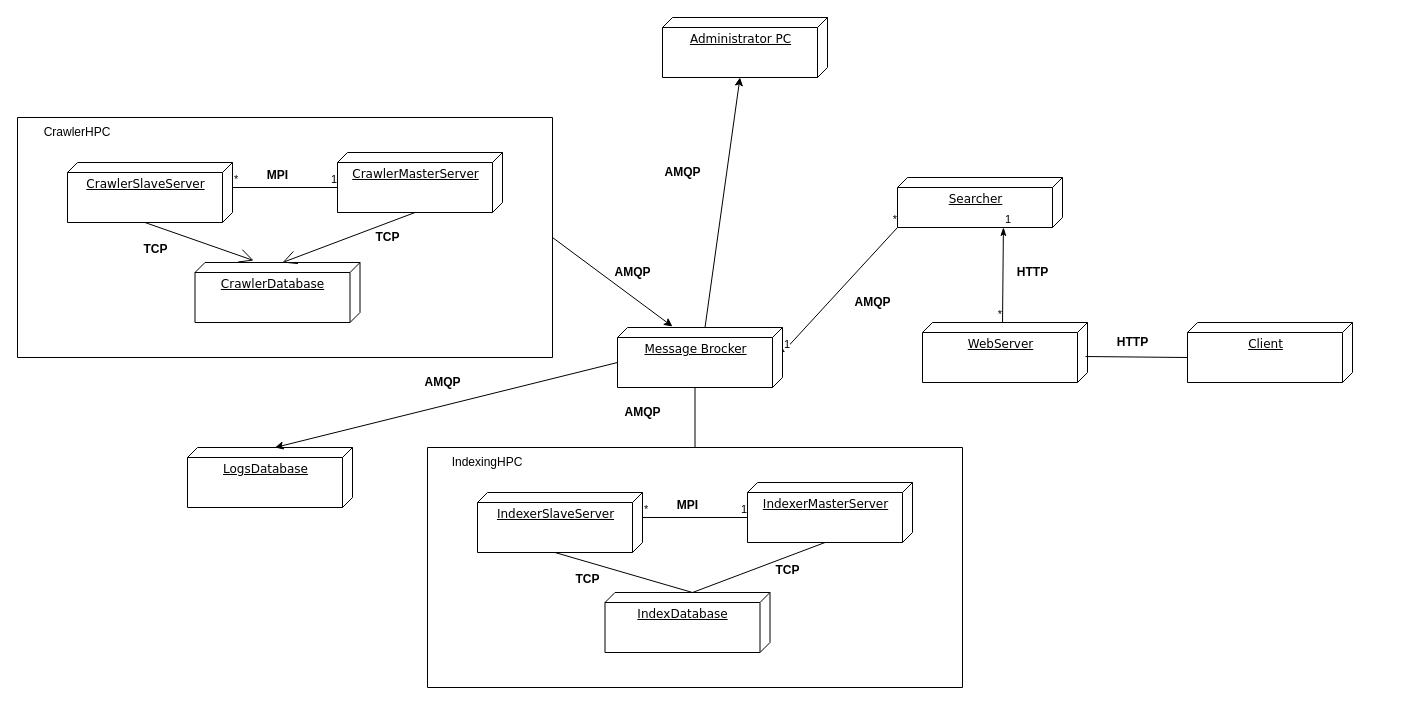
Earlier version of the draw.io diagram diagrams/diagram_deployment.drawio (Slippertino/Diploma). Source tidied: cells renumbered, new cells numbered last; positions are measured from the earlier drawing's top-left corner, leaving out a move shared by most shapes. Both pictures are drawn from the tidied source at 100%, with x=0, y=0 at pixel (17, 17).
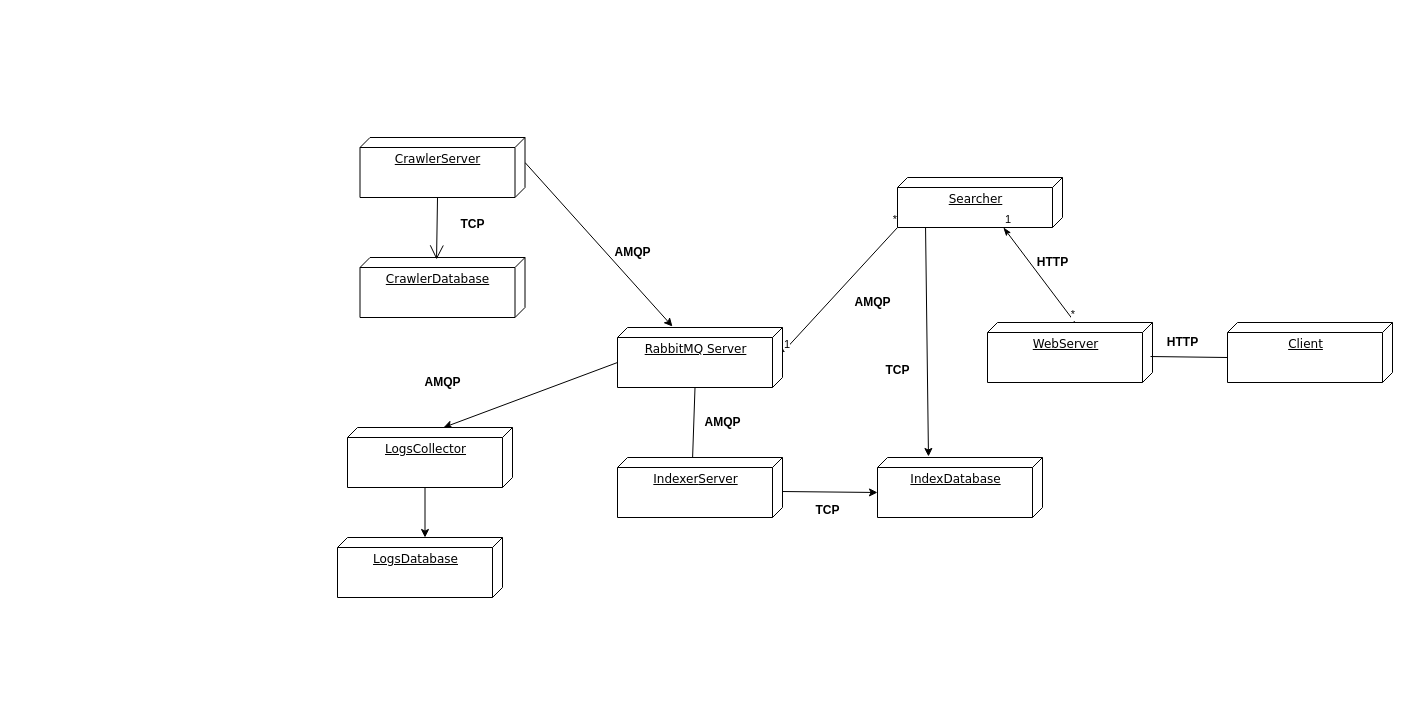
The same diagram, later.

The change refers to these unchanged cells:
```xml
<mxCell id="30" value="&lt;u&gt;Searcher&lt;/u&gt;" style="verticalAlign=top;align=center;spacingTop=8;spacingLeft=2;spacingRight=12;shape=cube;size=10;direction=south;fontStyle=0;html=1;rounded=0;shadow=0;comic=0;labelBackgroundColor=none;strokeWidth=1;fontFamily=Verdana;fontSize=12;" parent="1" vertex="1">
  <mxGeometry x="880" y="160" width="165" height="50" as="geometry" />
</mxCell>
```

Change to the diagram source:
```diff
@@
-    <mxCell id="2" style="swimlane;startSize=0;" parent="1" vertex="1">
-      <mxGeometry y="100" width="535" height="240" as="geometry" />
-    </mxCell>
-    <mxCell id="3" value="&lt;u&gt;CrawlerMasterServer&lt;/u&gt;" style="verticalAlign=top;align=center;spacingTop=8;spacingLeft=2;spacingRight=12;shape=cube;size=10;direction=south;fontStyle=0;html=1;rounded=0;shadow=0;comic=0;labelBackgroundColor=none;strokeWidth=1;fontFamily=Verdana;fontSize=12;" parent="2" vertex="1">
-      <mxGeometry x="320" y="35" width="165" height="60" as="geometry" />
-    </mxCell>
-    <mxCell id="4" value="&lt;u&gt;CrawlerSlaveServer&lt;/u&gt;" style="verticalAlign=top;align=center;spacingTop=8;spacingLeft=2;spacingRight=12;shape=cube;size=10;direction=south;fontStyle=0;html=1;rounded=0;shadow=0;comic=0;labelBackgroundColor=none;strokeWidth=1;fontFamily=Verdana;fontSize=12;" parent="2" vertex="1">
-      <mxGeometry x="50" y="45" width="165" height="60" as="geometry" />
-    </mxCell>
-    <mxCell id="5" style="endArrow=none;html=1;edgeStyle=orthogonalEdgeStyle;rounded=0;exitX=0;exitY=0;exitDx=25;exitDy=0;exitPerimeter=0;entryX=0;entryY=0;entryDx=35;entryDy=165;entryPerimeter=0;" parent="2" edge="1" source="4" target="3">
-      <mxGeometry relative="1" as="geometry" />
-    </mxCell>
-    <mxCell id="6" value="*" style="edgeLabel;html=1;align=left;verticalAlign=bottom;" parent="5" vertex="1">
-      <mxGeometry x="-1" relative="1" as="geometry" />
-    </mxCell>
-    <mxCell id="7" value="1" style="edgeLabel;html=1;align=right;verticalAlign=bottom;" parent="5" vertex="1">
-      <mxGeometry x="1" relative="1" as="geometry" />
-    </mxCell>
-    <mxCell id="8" value="MPI" style="text;align=center;fontStyle=1;verticalAlign=middle;spacingLeft=3;spacingRight=3;strokeColor=none;html=1;" parent="2" vertex="1">
-      <mxGeometry x="220" y="45" width="80" height="26" as="geometry" />
-    </mxCell>
-    <mxCell id="9" value="&lt;u&gt;CrawlerDatabase&lt;/u&gt;" style="verticalAlign=top;align=center;spacingTop=8;spacingLeft=2;spacingRight=12;shape=cube;size=10;direction=south;fontStyle=0;html=1;rounded=0;shadow=0;comic=0;labelBackgroundColor=none;strokeWidth=1;fontFamily=Verdana;fontSize=12;" parent="2" vertex="1">
-      <mxGeometry x="177.5" y="145" width="165" height="60" as="geometry" />
-    </mxCell>
-    <mxCell id="10" style="endArrow=open;endFill=1;endSize=12;html=1;rounded=0;exitX=0;exitY=0;exitDx=60;exitDy=87.5;exitPerimeter=0;entryX=0;entryY=0;entryDx=0;entryDy=77.5;entryPerimeter=0;" parent="2" edge="1" source="3" target="9">
-      <mxGeometry relative="1" as="geometry" />
-    </mxCell>
-    <mxCell id="11" value="CrawlerHPC" style="text;html=1;strokeColor=none;fillColor=none;align=center;verticalAlign=middle;whiteSpace=wrap;rounded=0;" parent="2" vertex="1">
-      <mxGeometry x="10" width="100" height="30" as="geometry" />
-    </mxCell>
-    <mxCell id="12" value="TCP" style="text;align=center;fontStyle=1;verticalAlign=middle;spacingLeft=3;spacingRight=3;strokeColor=none;html=1;" parent="2" vertex="1">
-      <mxGeometry x="330" y="107" width="80" height="26" as="geometry" />
-    </mxCell>
-    <mxCell id="13" style="endArrow=open;endFill=1;endSize=12;html=1;rounded=0;exitX=0;exitY=0;exitDx=60;exitDy=87.5;exitPerimeter=0;entryX=-0.033;entryY=0.645;entryDx=0;entryDy=0;entryPerimeter=0;" parent="2" edge="1" source="4" target="9">
-      <mxGeometry relative="1" as="geometry" />
-    </mxCell>
-    <mxCell id="14" value="TCP" style="text;align=center;fontStyle=1;verticalAlign=middle;spacingLeft=3;spacingRight=3;strokeColor=none;html=1;" parent="2" vertex="1">
-      <mxGeometry x="97.5" y="119" width="80" height="26" as="geometry" />
-    </mxCell>
-    <mxCell id="15" value="&lt;u&gt;Message Brocker&lt;br&gt;&lt;br&gt;&lt;/u&gt;" style="verticalAlign=top;align=center;spacingTop=8;spacingLeft=2;spacingRight=12;shape=cube;size=10;direction=south;fontStyle=0;html=1;rounded=0;shadow=0;comic=0;labelBackgroundColor=none;strokeWidth=1;fontFamily=Verdana;fontSize=12;" parent="1" vertex="1">
+    <mxCell id="15" value="&lt;u&gt;RabbitMQ Server&lt;br&gt;&lt;br&gt;&lt;/u&gt;" style="verticalAlign=top;align=center;spacingTop=8;spacingLeft=2;spacingRight=12;shape=cube;size=10;direction=south;fontStyle=0;html=1;rounded=0;shadow=0;comic=0;labelBackgroundColor=none;strokeWidth=1;fontFamily=Verdana;fontSize=12;" parent="1" vertex="1">
       <mxGeometry x="600" y="310" width="165" height="60" as="geometry" />
     </mxCell>
-    <mxCell id="16" value="&lt;u&gt;Administrator PC&lt;/u&gt;" style="verticalAlign=top;align=center;spacingTop=8;spacingLeft=2;spacingRight=12;shape=cube;size=10;direction=south;fontStyle=0;html=1;rounded=0;shadow=0;comic=0;labelBackgroundColor=none;strokeWidth=1;fontFamily=Verdana;fontSize=12;" parent="1" vertex="1">
-      <mxGeometry x="645" width="165" height="60" as="geometry" />
-    </mxCell>
-    <mxCell id="17" style="swimlane;startSize=0;" parent="1" vertex="1">
-      <mxGeometry x="410" y="430" width="535" height="240" as="geometry" />
-    </mxCell>
-    <mxCell id="18" value="IndexingHPC" style="text;html=1;strokeColor=none;fillColor=none;align=center;verticalAlign=middle;whiteSpace=wrap;rounded=0;" parent="17" vertex="1">
-      <mxGeometry x="10" width="100" height="30" as="geometry" />
-    </mxCell>
-    <mxCell id="19" value="&lt;u&gt;IndexerMasterServer&lt;/u&gt;" style="verticalAlign=top;align=center;spacingTop=8;spacingLeft=2;spacingRight=12;shape=cube;size=10;direction=south;fontStyle=0;html=1;rounded=0;shadow=0;comic=0;labelBackgroundColor=none;strokeWidth=1;fontFamily=Verdana;fontSize=12;" parent="17" vertex="1">
-      <mxGeometry x="320" y="35" width="165" height="60" as="geometry" />
-    </mxCell>
-    <mxCell id="20" value="&lt;u style=&quot;border-color: var(--border-color);&quot;&gt;Indexer&lt;/u&gt;&lt;u&gt;SlaveServer&lt;/u&gt;" style="verticalAlign=top;align=center;spacingTop=8;spacingLeft=2;spacingRight=12;shape=cube;size=10;direction=south;fontStyle=0;html=1;rounded=0;shadow=0;comic=0;labelBackgroundColor=none;strokeWidth=1;fontFamily=Verdana;fontSize=12;" parent="17" vertex="1">
-      <mxGeometry x="50" y="45" width="165" height="60" as="geometry" />
-    </mxCell>
-    <mxCell id="21" style="endArrow=none;html=1;edgeStyle=orthogonalEdgeStyle;rounded=0;exitX=0;exitY=0;exitDx=25;exitDy=0;exitPerimeter=0;entryX=0;entryY=0;entryDx=35;entryDy=165;entryPerimeter=0;" parent="17" edge="1" source="20" target="19">
-      <mxGeometry relative="1" as="geometry" />
-    </mxCell>
-    <mxCell id="22" value="*" style="edgeLabel;html=1;align=left;verticalAlign=bottom;" parent="21" vertex="1">
-      <mxGeometry x="-1" relative="1" as="geometry" />
-    </mxCell>
-    <mxCell id="23" value="1" style="edgeLabel;html=1;align=right;verticalAlign=bottom;" parent="21" vertex="1">
-      <mxGeometry x="1" relative="1" as="geometry" />
-    </mxCell>
-    <mxCell id="24" value="MPI" style="text;align=center;fontStyle=1;verticalAlign=middle;spacingLeft=3;spacingRight=3;strokeColor=none;html=1;" parent="17" vertex="1">
-      <mxGeometry x="220" y="45" width="80" height="26" as="geometry" />
-    </mxCell>
-    <mxCell id="25" value="&lt;u&gt;IndexDatabase&lt;/u&gt;" style="verticalAlign=top;align=center;spacingTop=8;spacingLeft=2;spacingRight=12;shape=cube;size=10;direction=south;fontStyle=0;html=1;rounded=0;shadow=0;comic=0;labelBackgroundColor=none;strokeWidth=1;fontFamily=Verdana;fontSize=12;" parent="17" vertex="1">
-      <mxGeometry x="177.5" y="145" width="165" height="60" as="geometry" />
-    </mxCell>
-    <mxCell id="26" style="endArrow=none;endFill=0;html=1;rounded=0;strokeColor=default;entryX=0;entryY=0;entryDx=60;entryDy=87.5;entryPerimeter=0;exitX=0;exitY=0;exitDx=0;exitDy=77.5;exitPerimeter=0;" parent="17" edge="1" source="25" target="19">
-      <mxGeometry relative="1" as="geometry" />
-    </mxCell>
-    <mxCell id="27" style="endArrow=none;endFill=0;html=1;rounded=0;strokeColor=default;entryX=0;entryY=0;entryDx=0;entryDy=77.5;entryPerimeter=0;exitX=0;exitY=0;exitDx=60;exitDy=87.5;exitPerimeter=0;" parent="17" edge="1" source="20" target="25">
-      <mxGeometry relative="1" as="geometry" />
-    </mxCell>
-    <mxCell id="28" value="TCP" style="text;align=center;fontStyle=1;verticalAlign=middle;spacingLeft=3;spacingRight=3;strokeColor=none;html=1;" parent="17" vertex="1">
-      <mxGeometry x="120" y="119" width="80" height="26" as="geometry" />
-    </mxCell>
-    <mxCell id="29" value="TCP" style="text;align=center;fontStyle=1;verticalAlign=middle;spacingLeft=3;spacingRight=3;strokeColor=none;html=1;" parent="17" vertex="1">
-      <mxGeometry x="320" y="110" width="80" height="26" as="geometry" />
-    </mxCell>
@@
     <mxCell id="34" value="&lt;u&gt;WebServer&lt;/u&gt;" style="verticalAlign=top;align=center;spacingTop=8;spacingLeft=2;spacingRight=12;shape=cube;size=10;direction=south;fontStyle=0;html=1;rounded=0;shadow=0;comic=0;labelBackgroundColor=none;strokeWidth=1;fontFamily=Verdana;fontSize=12;" parent="1" vertex="1">
-      <mxGeometry x="905" y="305" width="165" height="60" as="geometry" />
+      <mxGeometry x="970" y="305" width="165" height="60" as="geometry" />
     </mxCell>
-    <mxCell id="35" style="endArrow=none;html=1;rounded=0;startArrow=classicThin;startFill=1;entryX=0;entryY=0.515;entryDx=0;entryDy=0;entryPerimeter=0;exitX=1;exitY=0.358;exitDx=0;exitDy=0;exitPerimeter=0;" parent="1" edge="1" source="30" target="34">
+    <mxCell id="35" style="endArrow=none;html=1;rounded=0;startArrow=classicThin;startFill=1;entryX=0;entryY=0;entryDx=0;entryDy=77.5;entryPerimeter=0;exitX=1;exitY=0.358;exitDx=0;exitDy=0;exitPerimeter=0;" parent="1" edge="1" source="30" target="34">
       <mxGeometry relative="1" as="geometry" />
     </mxCell>
@@
     <mxCell id="38" value="&lt;u&gt;Client&lt;/u&gt;" style="verticalAlign=top;align=center;spacingTop=8;spacingLeft=2;spacingRight=12;shape=cube;size=10;direction=south;fontStyle=0;html=1;rounded=0;shadow=0;comic=0;labelBackgroundColor=none;strokeWidth=1;fontFamily=Verdana;fontSize=12;" parent="1" vertex="1">
-      <mxGeometry x="1170" y="305" width="165" height="60" as="geometry" />
+      <mxGeometry x="1210" y="305" width="165" height="60" as="geometry" />
     </mxCell>
@@
     <mxCell id="40" value="HTTP" style="text;align=center;fontStyle=1;verticalAlign=middle;spacingLeft=3;spacingRight=3;strokeColor=none;html=1;direction=west;" parent="1" vertex="1">
-      <mxGeometry x="1070" y="310" width="90" height="30" as="geometry" />
+      <mxGeometry x="1120" y="310" width="90" height="30" as="geometry" />
     </mxCell>
     <mxCell id="41" value="AMQP" style="text;align=center;fontStyle=1;verticalAlign=middle;spacingLeft=3;spacingRight=3;strokeColor=none;html=1;direction=west;" parent="1" vertex="1">
-      <mxGeometry x="570" y="240" width="90" height="30" as="geometry" />
+      <mxGeometry x="570" y="220" width="90" height="30" as="geometry" />
     </mxCell>
@@
     <mxCell id="43" value="AMQP" style="text;align=center;fontStyle=1;verticalAlign=middle;spacingLeft=3;spacingRight=3;strokeColor=none;html=1;direction=west;" parent="1" vertex="1">
-      <mxGeometry x="580" y="380" width="90" height="30" as="geometry" />
+      <mxGeometry x="660" y="390" width="90" height="30" as="geometry" />
     </mxCell>
     <mxCell id="44" value="HTTP" style="text;align=center;fontStyle=1;verticalAlign=middle;spacingLeft=3;spacingRight=3;strokeColor=none;html=1;direction=west;" parent="1" vertex="1">
-      <mxGeometry x="970" y="240" width="90" height="30" as="geometry" />
+      <mxGeometry x="990" y="230" width="90" height="30" as="geometry" />
     </mxCell>
     <mxCell id="45" value="&lt;u&gt;LogsDatabase&lt;/u&gt;" style="verticalAlign=top;align=center;spacingTop=8;spacingLeft=2;spacingRight=12;shape=cube;size=10;direction=south;fontStyle=0;html=1;rounded=0;shadow=0;comic=0;labelBackgroundColor=none;strokeWidth=1;fontFamily=Verdana;fontSize=12;" parent="1" vertex="1">
-      <mxGeometry x="170" y="430" width="165" height="60" as="geometry" />
+      <mxGeometry x="320" y="520" width="165" height="60" as="geometry" />
     </mxCell>
@@
-    <mxCell id="47" style="endArrow=none;html=1;rounded=0;entryX=0;entryY=0;entryDx=60;entryDy=87.5;entryPerimeter=0;exitX=0.5;exitY=0;exitDx=0;exitDy=0;" parent="1" edge="1" source="17" target="15">
+    <mxCell id="47" style="endArrow=none;html=1;rounded=0;entryX=0;entryY=0;entryDx=60;entryDy=87.5;entryPerimeter=0;exitX=0.017;exitY=0.545;exitDx=0;exitDy=0;exitPerimeter=0;" parent="1" edge="1" source="20" target="15">
       <mxGeometry relative="1" as="geometry" />
     </mxCell>
-    <mxCell id="48" style="endArrow=classic;html=1;rounded=0;exitX=0;exitY=0;exitDx=35;exitDy=165;exitPerimeter=0;entryX=0;entryY=0;entryDx=0;entryDy=77.5;entryPerimeter=0;" parent="1" edge="1" source="15" target="45">
+    <mxCell id="48" style="endArrow=classic;html=1;rounded=0;exitX=0;exitY=0;exitDx=35;exitDy=165;exitPerimeter=0;entryX=0;entryY=0.418;entryDx=0;entryDy=0;entryPerimeter=0;" parent="1" edge="1" source="15" target="52">
       <mxGeometry relative="1" as="geometry" />
     </mxCell>
-    <mxCell id="49" style="endArrow=classic;html=1;rounded=0;exitX=0;exitY=0;exitDx=0;exitDy=77.5;exitPerimeter=0;entryX=0;entryY=0;entryDx=60;entryDy=87.5;entryPerimeter=0;" parent="1" edge="1" source="15" target="16">
-      <mxGeometry relative="1" as="geometry" />
-    </mxCell>
-    <mxCell id="50" style="endArrow=classic;html=1;rounded=0;entryX=-0.017;entryY=0.667;entryDx=0;entryDy=0;entryPerimeter=0;exitX=1;exitY=0.5;exitDx=0;exitDy=0;" parent="1" edge="1" source="2" target="15">
+    <mxCell id="50" style="endArrow=classic;html=1;rounded=0;entryX=-0.017;entryY=0.667;entryDx=0;entryDy=0;entryPerimeter=0;exitX=0;exitY=0;exitDx=25;exitDy=0;exitPerimeter=0;" parent="1" edge="1" source="4" target="15">
       <mxGeometry relative="1" as="geometry" />
     </mxCell>
-    <mxCell id="51" value="AMQP" style="text;align=center;fontStyle=1;verticalAlign=middle;spacingLeft=3;spacingRight=3;strokeColor=none;html=1;direction=west;" parent="1" vertex="1">
-      <mxGeometry x="620" y="140" width="90" height="30" as="geometry" />
-    </mxCell>
+    <mxCell id="25" value="&lt;u&gt;IndexDatabase&lt;/u&gt;" style="verticalAlign=top;align=center;spacingTop=8;spacingLeft=2;spacingRight=12;shape=cube;size=10;direction=south;fontStyle=0;html=1;rounded=0;shadow=0;comic=0;labelBackgroundColor=none;strokeWidth=1;fontFamily=Verdana;fontSize=12;" parent="1" vertex="1">
+      <mxGeometry x="860" y="440" width="165" height="60" as="geometry" />
+    </mxCell>
+    <mxCell id="20" value="&lt;u style=&quot;border-color: var(--border-color);&quot;&gt;Indexer&lt;/u&gt;&lt;u&gt;Server&lt;/u&gt;" style="verticalAlign=top;align=center;spacingTop=8;spacingLeft=2;spacingRight=12;shape=cube;size=10;direction=south;fontStyle=0;html=1;rounded=0;shadow=0;comic=0;labelBackgroundColor=none;strokeWidth=1;fontFamily=Verdana;fontSize=12;" parent="1" vertex="1">
+      <mxGeometry x="600" y="440" width="165" height="60" as="geometry" />
+    </mxCell>
+    <mxCell id="28" value="TCP" style="text;align=center;fontStyle=1;verticalAlign=middle;spacingLeft=3;spacingRight=3;strokeColor=none;html=1;" parent="1" vertex="1">
+      <mxGeometry x="770" y="480" width="80" height="26" as="geometry" />
+    </mxCell>
+    <mxCell id="52" value="&lt;u&gt;LogsCollector&lt;/u&gt;" style="verticalAlign=top;align=center;spacingTop=8;spacingLeft=2;spacingRight=12;shape=cube;size=10;direction=south;fontStyle=0;html=1;rounded=0;shadow=0;comic=0;labelBackgroundColor=none;strokeWidth=1;fontFamily=Verdana;fontSize=12;" parent="1" vertex="1">
+      <mxGeometry x="330" y="410" width="165" height="60" as="geometry" />
+    </mxCell>
+    <mxCell id="53" style="endArrow=classic;html=1;rounded=0;exitX=0;exitY=0;exitDx=60;exitDy=87.5;exitPerimeter=0;entryX=0;entryY=0;entryDx=0;entryDy=77.5;entryPerimeter=0;" parent="1" edge="1" source="52" target="45">
+      <mxGeometry relative="1" as="geometry" />
+    </mxCell>
+    <mxCell id="27" style="endArrow=classic;html=1;rounded=0;entryX=0;entryY=0;entryDx=35;entryDy=165;entryPerimeter=0;exitX=0.567;exitY=0;exitDx=0;exitDy=0;exitPerimeter=0;" parent="1" edge="1" source="20" target="25">
+      <mxGeometry relative="1" as="geometry" />
+    </mxCell>
+    <mxCell id="54" style="endArrow=classic;html=1;rounded=0;exitX=1;exitY=0.83;exitDx=0;exitDy=0;exitPerimeter=0;entryX=-0.017;entryY=0.691;entryDx=0;entryDy=0;entryPerimeter=0;" parent="1" edge="1" source="30" target="25">
+      <mxGeometry relative="1" as="geometry" />
+    </mxCell>
+    <mxCell id="55" value="TCP" style="text;align=center;fontStyle=1;verticalAlign=middle;spacingLeft=3;spacingRight=3;strokeColor=none;html=1;" parent="1" vertex="1">
+      <mxGeometry x="840" y="340" width="80" height="26" as="geometry" />
+    </mxCell>
+    <mxCell id="9" value="&lt;u&gt;CrawlerDatabase&lt;/u&gt;" style="verticalAlign=top;align=center;spacingTop=8;spacingLeft=2;spacingRight=12;shape=cube;size=10;direction=south;fontStyle=0;html=1;rounded=0;shadow=0;comic=0;labelBackgroundColor=none;strokeWidth=1;fontFamily=Verdana;fontSize=12;" parent="1" vertex="1">
+      <mxGeometry x="342.5" y="240" width="165" height="60" as="geometry" />
+    </mxCell>
+    <mxCell id="13" style="endArrow=open;endFill=1;endSize=12;html=1;rounded=0;exitX=0;exitY=0;exitDx=60;exitDy=87.5;exitPerimeter=0;entryX=0.033;entryY=0.536;entryDx=0;entryDy=0;entryPerimeter=0;" parent="1" edge="1" source="4" target="9">
+      <mxGeometry relative="1" as="geometry" />
+    </mxCell>
+    <mxCell id="4" value="&lt;u&gt;CrawlerServer&lt;/u&gt;" style="verticalAlign=top;align=center;spacingTop=8;spacingLeft=2;spacingRight=12;shape=cube;size=10;direction=south;fontStyle=0;html=1;rounded=0;shadow=0;comic=0;labelBackgroundColor=none;strokeWidth=1;fontFamily=Verdana;fontSize=12;" parent="1" vertex="1">
+      <mxGeometry x="342.5" y="120" width="165" height="60" as="geometry" />
+    </mxCell>
+    <mxCell id="14" value="TCP" style="text;align=center;fontStyle=1;verticalAlign=middle;spacingLeft=3;spacingRight=3;strokeColor=none;html=1;" parent="1" vertex="1">
+      <mxGeometry x="415" y="194" width="80" height="26" as="geometry" />
+    </mxCell>
```
